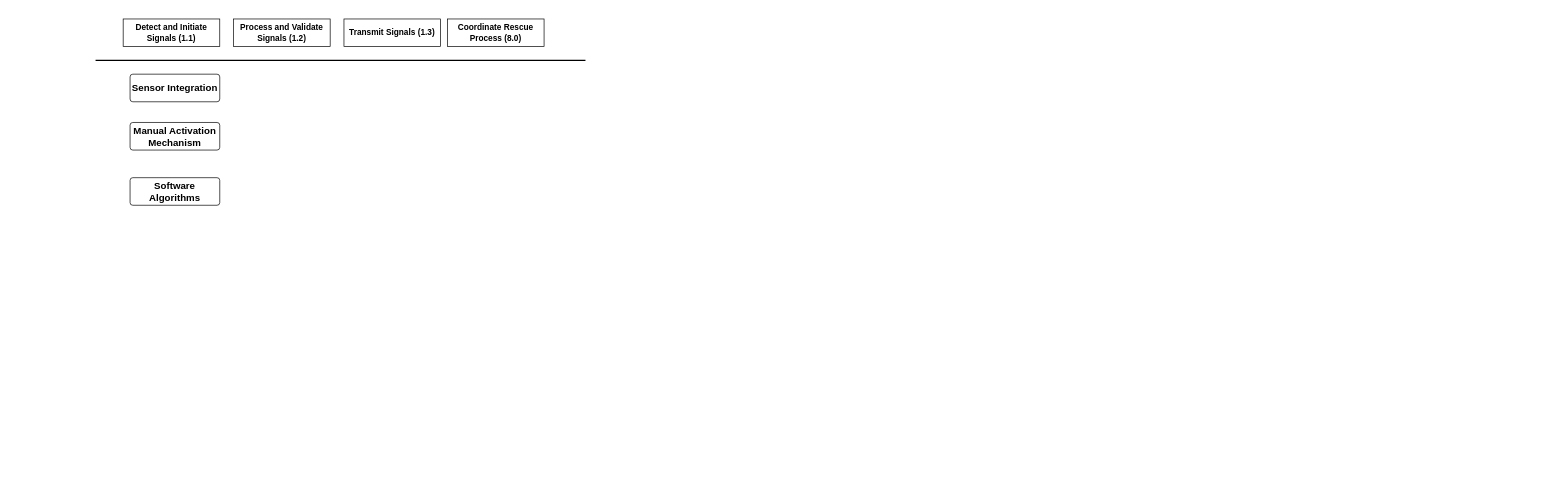
This is DrawIo/TheKeyCausalPath.drawio from OMEN-Watson/CodeExercises, a draw.io file, before an edit. Source tidied: cells renumbered, new cells numbered last; positions are measured from the earlier drawing's top-left corner, leaving out a move shared by most shapes. Both pictures are drawn from the tidied source at 69%, with x=0, y=0 at pixel (95, 19).
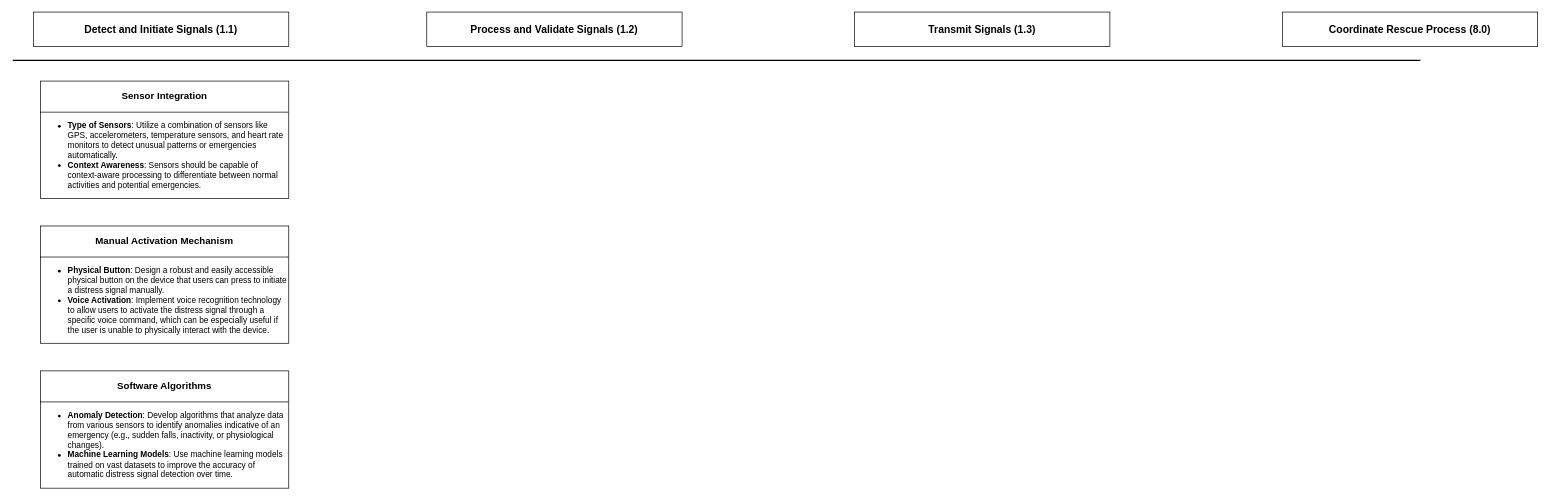
The same diagram, later.

What changed in the source:
```diff
@@
 <mxGraphModel>
   <root>
     <mxCell id="0" />
     <mxCell id="1" parent="0" />
-    <mxCell id="2" value="&lt;strong&gt;Detect and Initiate Signals (1.1)&lt;/strong&gt;" style="whiteSpace=wrap;html=1;align=center;" parent="1" vertex="1">
-      <mxGeometry x="40" width="140" height="40" as="geometry" />
+    <mxCell id="2" value="&lt;strong style=&quot;font-size: 15px;&quot;&gt;Detect and Initiate Signals (1.1)&lt;/strong&gt;" style="whiteSpace=wrap;html=1;align=center;fontSize=15;" parent="1" vertex="1">
+      <mxGeometry x="-90" y="-10" width="370" height="50" as="geometry" />
     </mxCell>
+    <mxCell id="6" style="endArrow=none;html=1;rounded=0;strokeWidth=2;" parent="1" edge="1">
+      <mxGeometry relative="1" as="geometry">
+        <mxPoint x="-120" y="60" as="sourcePoint" />
+        <mxPoint x="1920" y="60" as="targetPoint" />
+      </mxGeometry>
+    </mxCell>
+    <mxCell id="10" value="&lt;h3 style=&quot;text-align: center;&quot;&gt;Sensor Integration&lt;/h3&gt;&lt;hr size=&quot;1&quot; style=&quot;border-style:solid;&quot;&gt;&lt;ul&gt;&lt;li&gt;&lt;strong&gt;&lt;strong style=&quot;background-color: initial;&quot;&gt;Type of Sensors&lt;/strong&gt;&lt;span style=&quot;background-color: initial; font-weight: normal;&quot;&gt;: Utilize a combination of sensors like GPS, accelerometers, temperature sensors, and heart rate monitors to detect unusual patterns or emergencies automatically.&lt;/span&gt;&lt;br&gt;&lt;/strong&gt;&lt;/li&gt;&lt;li&gt;&lt;strong&gt;Context Awareness&lt;/strong&gt;: Sensors should be capable of context-aware processing to differentiate between normal activities and potential emergencies.&lt;/li&gt;&lt;/ul&gt;" style="verticalAlign=top;align=left;overflow=fill;html=1;whiteSpace=wrap;" parent="1" vertex="1">
+      <mxGeometry x="-80" y="90" width="360" height="170" as="geometry" />
+    </mxCell>
+    <mxCell id="11" value="&lt;h3 style=&quot;text-align: center;&quot;&gt;Manual Activation Mechanism&lt;/h3&gt;&lt;hr size=&quot;1&quot; style=&quot;border-style:solid;&quot;&gt;&lt;ul&gt;&lt;li&gt;&lt;strong&gt;Physical Button&lt;/strong&gt;: Design a robust and easily accessible physical button on the device that users can press to initiate a distress signal manually.&lt;/li&gt;&lt;li&gt;&lt;strong&gt;Voice Activation&lt;/strong&gt;: Implement voice recognition technology to allow users to activate the distress signal through a specific voice command, which can be especially useful if the user is unable to physically interact with the device.&lt;/li&gt;&lt;/ul&gt;" style="verticalAlign=top;align=left;overflow=fill;html=1;whiteSpace=wrap;" parent="1" vertex="1">
+      <mxGeometry x="-80" y="300" width="360" height="170" as="geometry" />
+    </mxCell>
+    <mxCell id="12" value="&lt;h3 style=&quot;text-align: center;&quot;&gt;Software Algorithms&lt;/h3&gt;&lt;hr size=&quot;1&quot; style=&quot;border-style:solid;&quot;&gt;&lt;ul&gt;&lt;li&gt;&lt;strong&gt;Anomaly Detection&lt;/strong&gt;: Develop algorithms that analyze data from various sensors to identify anomalies indicative of an emergency (e.g., sudden falls, inactivity, or physiological changes).&lt;/li&gt;&lt;li&gt;&lt;strong&gt;Machine Learning Models&lt;/strong&gt;: Use machine learning models trained on vast datasets to improve the accuracy of automatic distress signal detection over time.&lt;/li&gt;&lt;/ul&gt;" style="verticalAlign=top;align=left;overflow=fill;html=1;whiteSpace=wrap;" parent="1" vertex="1">
+      <mxGeometry x="-80" y="510" width="360" height="170" as="geometry" />
+    </mxCell>
-    <mxCell id="3" value="&lt;strong&gt;Process and Validate Signals (1.2)&lt;/strong&gt;" style="whiteSpace=wrap;html=1;align=center;" parent="1" vertex="1">
-      <mxGeometry x="200" width="140" height="40" as="geometry" />
+    <mxCell id="3" value="&lt;strong style=&quot;font-size: 15px;&quot;&gt;Process and Validate Signals (1.2)&lt;/strong&gt;" style="whiteSpace=wrap;html=1;align=center;fontSize=15;" parent="1" vertex="1">
+      <mxGeometry x="480" y="-10" width="370" height="50" as="geometry" />
     </mxCell>
-    <mxCell id="4" value="&lt;strong&gt;Transmit Signals (1.3)&lt;/strong&gt;" style="whiteSpace=wrap;html=1;align=center;" parent="1" vertex="1">
-      <mxGeometry x="360" width="140" height="40" as="geometry" />
+    <mxCell id="4" value="&lt;strong style=&quot;font-size: 15px;&quot;&gt;Transmit Signals (1.3)&lt;/strong&gt;" style="whiteSpace=wrap;html=1;align=center;fontSize=15;" parent="1" vertex="1">
+      <mxGeometry x="1100" y="-10" width="370" height="50" as="geometry" />
     </mxCell>
-    <mxCell id="5" value="&lt;strong&gt;Coordinate Rescue Process (8.0)&lt;/strong&gt;" style="whiteSpace=wrap;html=1;align=center;" parent="1" vertex="1">
-      <mxGeometry x="510" width="140" height="40" as="geometry" />
+    <mxCell id="5" value="&lt;strong style=&quot;font-size: 15px;&quot;&gt;Coordinate Rescue Process (8.0)&lt;/strong&gt;" style="whiteSpace=wrap;html=1;align=center;fontSize=15;" parent="1" vertex="1">
+      <mxGeometry x="1720" y="-10" width="370" height="50" as="geometry" />
     </mxCell>
-    <mxCell id="6" style="endArrow=none;html=1;rounded=0;strokeWidth=2;" parent="1" edge="1">
-      <mxGeometry relative="1" as="geometry">
-        <mxPoint y="60" as="sourcePoint" />
-        <mxPoint x="710" y="60" as="targetPoint" />
-      </mxGeometry>
-    </mxCell>
-    <mxCell id="7" value="&lt;h3&gt;Sensor Integration&lt;/h3&gt;" style="rounded=1;arcSize=10;whiteSpace=wrap;html=1;align=center;" parent="1" vertex="1">
-      <mxGeometry x="50" y="80" width="130" height="40" as="geometry" />
-    </mxCell>
-    <mxCell id="8" value="&lt;h3&gt;Manual Activation Mechanism&lt;/h3&gt;" style="rounded=1;arcSize=10;whiteSpace=wrap;html=1;align=center;" parent="1" vertex="1">
-      <mxGeometry x="50" y="150" width="130" height="40" as="geometry" />
-    </mxCell>
-    <mxCell id="9" value="&lt;h3&gt;Software Algorithms&lt;/h3&gt;" style="rounded=1;arcSize=10;whiteSpace=wrap;html=1;align=center;" parent="1" vertex="1">
-      <mxGeometry x="50" y="230" width="130" height="40" as="geometry" />
-    </mxCell>
   </root>
 </mxGraphModel>
```
